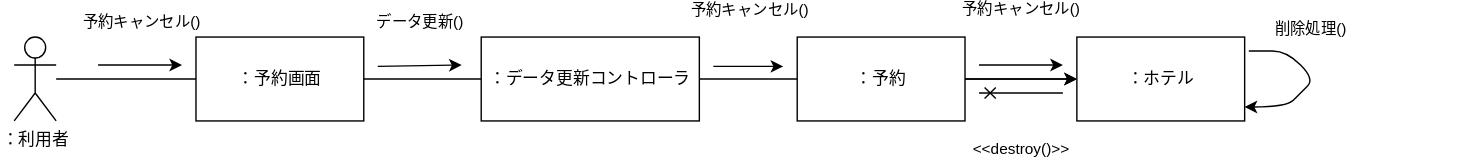
Earlier version of the draw.io export 演習５-2_CD_予約登録削除.drawio.svg (github-use-a/uml-introduction). Source tidied: cells renumbered, new cells last; positions are measured from the earlier drawing's top-left corner, leaving out a move shared by most shapes. Source of this version:
```xml
<mxGraphModel>
  <root>
    <mxCell id="0" />
    <mxCell id="1" parent="0" />
    <mxCell id="2" style="edgeStyle=none;html=1;endArrow=none;endFill=0;" parent="1" edge="1" source="4" target="6">
      <mxGeometry relative="1" as="geometry" />
    </mxCell>
    <mxCell id="3" value="データ更新()" style="edgeStyle=none;html=1;endArrow=none;endFill=0;startArrow=classic;startFill=1;" parent="1" edge="1">
      <mxGeometry x="-0.03" y="-31" relative="1" as="geometry">
        <mxPoint x="320" y="40" as="sourcePoint" />
        <mxPoint x="260" y="41" as="targetPoint" />
      </mxGeometry>
    </mxCell>
    <mxCell id="4" value="：利用者" style="shape=umlActor;verticalLabelPosition=bottom;verticalAlign=top;html=1;outlineConnect=0;" parent="1" vertex="1">
      <mxGeometry y="20" width="30" height="60" as="geometry" />
    </mxCell>
    <mxCell id="5" style="edgeStyle=none;html=1;endArrow=none;endFill=0;" parent="1" edge="1" source="6" target="8">
      <mxGeometry relative="1" as="geometry" />
    </mxCell>
    <mxCell id="6" value="：予約画面" style="whiteSpace=wrap;html=1;verticalAlign=middle;" parent="1" vertex="1">
      <mxGeometry x="130" y="20" width="120" height="60" as="geometry" />
    </mxCell>
    <mxCell id="7" style="edgeStyle=none;html=1;endArrow=none;endFill=0;" parent="1" edge="1" source="8" target="11">
      <mxGeometry relative="1" as="geometry" />
    </mxCell>
    <mxCell id="8" value="：データ更新コントローラ" style="whiteSpace=wrap;html=1;verticalAlign=middle;" parent="1" vertex="1">
      <mxGeometry x="334" y="20" width="156" height="60" as="geometry" />
    </mxCell>
    <mxCell id="9" style="edgeStyle=none;html=1;" parent="1" edge="1" source="11" target="16">
      <mxGeometry relative="1" as="geometry" />
    </mxCell>
    <mxCell id="10" style="edgeStyle=none;html=1;" parent="1" edge="1" source="11" target="16">
      <mxGeometry relative="1" as="geometry" />
    </mxCell>
    <mxCell id="11" value="：予約" style="whiteSpace=wrap;html=1;verticalAlign=middle;" parent="1" vertex="1">
      <mxGeometry x="560" y="20" width="120" height="60" as="geometry" />
    </mxCell>
    <mxCell id="12" value="予約キャンセル()" style="edgeStyle=none;html=1;endArrow=none;endFill=0;startArrow=classic;startFill=1;" parent="1" edge="1">
      <mxGeometry x="-0.02" y="-30" relative="1" as="geometry">
        <mxPoint x="120" y="40" as="sourcePoint" />
        <mxPoint x="60" y="40" as="targetPoint" />
        <mxPoint y="-1" as="offset" />
      </mxGeometry>
    </mxCell>
    <mxCell id="13" value="予約キャンセル()" style="edgeStyle=none;html=1;endArrow=none;endFill=0;startArrow=classic;startFill=1;" parent="1" edge="1">
      <mxGeometry x="-0.02" y="-40" relative="1" as="geometry">
        <mxPoint x="550" y="41" as="sourcePoint" />
        <mxPoint x="500" y="41" as="targetPoint" />
      </mxGeometry>
    </mxCell>
    <mxCell id="14" style="curved=1;endArrow=none;html=1;rounded=1;endFill=0;startArrow=classic;startFill=1;" parent="1" edge="1">
      <mxGeometry relative="1" as="geometry">
        <mxPoint x="880" y="70" as="sourcePoint" />
        <mxPoint x="890" y="30" as="targetPoint" />
        <Array as="points">
          <mxPoint x="910" y="70" />
          <mxPoint x="920" y="60" />
          <mxPoint x="930" y="50" />
          <mxPoint x="910" y="30" />
          <mxPoint x="890" y="30" />
          <mxPoint x="880" y="30" />
        </Array>
      </mxGeometry>
    </mxCell>
    <mxCell id="15" value="&lt;span style=&quot;color: rgb(0, 0, 0); font-family: Helvetica; font-size: 11px; font-style: normal; font-variant-ligatures: normal; font-variant-caps: normal; font-weight: 400; letter-spacing: normal; orphans: 2; text-align: center; text-indent: 0px; text-transform: none; widows: 2; word-spacing: 0px; -webkit-text-stroke-width: 0px; background-color: rgb(255, 255, 255); text-decoration-thickness: initial; text-decoration-style: initial; text-decoration-color: initial; float: none; display: inline !important;&quot;&gt;削除処理()&lt;br&gt;&lt;/span&gt;" style="text;whiteSpace=wrap;html=1;" parent="1" vertex="1">
      <mxGeometry x="900" width="140" height="50" as="geometry" />
    </mxCell>
    <mxCell id="16" value="：ホテル" style="whiteSpace=wrap;html=1;verticalAlign=middle;" parent="1" vertex="1">
      <mxGeometry x="760" y="20" width="120" height="60" as="geometry" />
    </mxCell>
    <mxCell id="17" value="予約キャンセル()" style="edgeStyle=none;html=1;endArrow=none;endFill=0;startArrow=classic;startFill=1;" parent="1" edge="1">
      <mxGeometry y="-40" relative="1" as="geometry">
        <mxPoint x="750" y="40" as="sourcePoint" />
        <mxPoint x="690" y="40" as="targetPoint" />
      </mxGeometry>
    </mxCell>
    <mxCell id="18" value="&amp;lt;&amp;lt;destroy()&amp;gt;&amp;gt;" style="edgeStyle=none;html=1;endArrow=none;endFill=0;startArrow=cross;startFill=0;" parent="1" edge="1">
      <mxGeometry y="-40" relative="1" as="geometry">
        <mxPoint x="690" y="60" as="sourcePoint" />
        <mxPoint x="750" y="60" as="targetPoint" />
      </mxGeometry>
    </mxCell>
  </root>
</mxGraphModel>
```
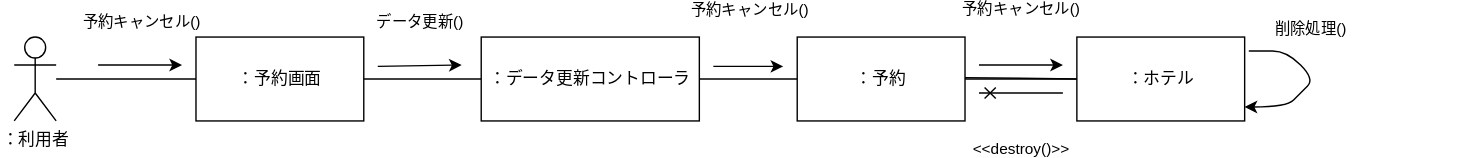
The same file after the commit.

Change to the diagram source:
```diff
@@ -26,12 +26,6 @@
     <mxCell id="8" value="：データ更新コントローラ" style="whiteSpace=wrap;html=1;verticalAlign=middle;" parent="1" vertex="1">
       <mxGeometry x="334" y="20" width="156" height="60" as="geometry" />
     </mxCell>
-    <mxCell id="9" style="edgeStyle=none;html=1;" parent="1" edge="1" source="11" target="16">
-      <mxGeometry relative="1" as="geometry" />
-    </mxCell>
-    <mxCell id="10" style="edgeStyle=none;html=1;" parent="1" edge="1" source="11" target="16">
-      <mxGeometry relative="1" as="geometry" />
-    </mxCell>
     <mxCell id="11" value="：予約" style="whiteSpace=wrap;html=1;verticalAlign=middle;" parent="1" vertex="1">
       <mxGeometry x="560" y="20" width="120" height="60" as="geometry" />
     </mxCell>
@@ -65,6 +59,9 @@
     <mxCell id="15" value="&lt;span style=&quot;color: rgb(0, 0, 0); font-family: Helvetica; font-size: 11px; font-style: normal; font-variant-ligatures: normal; font-variant-caps: normal; font-weight: 400; letter-spacing: normal; orphans: 2; text-align: center; text-indent: 0px; text-transform: none; widows: 2; word-spacing: 0px; -webkit-text-stroke-width: 0px; background-color: rgb(255, 255, 255); text-decoration-thickness: initial; text-decoration-style: initial; text-decoration-color: initial; float: none; display: inline !important;&quot;&gt;削除処理()&lt;br&gt;&lt;/span&gt;" style="text;whiteSpace=wrap;html=1;" parent="1" vertex="1">
       <mxGeometry x="900" width="140" height="50" as="geometry" />
     </mxCell>
+    <mxCell id="19" style="edgeStyle=none;html=1;startArrow=none;startFill=0;endArrow=none;endFill=0;" parent="1" edge="1" source="16" target="11">
+      <mxGeometry relative="1" as="geometry" />
+    </mxCell>
     <mxCell id="16" value="：ホテル" style="whiteSpace=wrap;html=1;verticalAlign=middle;" parent="1" vertex="1">
       <mxGeometry x="760" y="20" width="120" height="60" as="geometry" />
     </mxCell>
@@ -80,5 +77,10 @@
         <mxPoint x="750" y="60" as="targetPoint" />
       </mxGeometry>
     </mxCell>
+    <mxCell id="20" style="edgeStyle=none;html=1;endArrow=none;endFill=0;entryX=0;entryY=0.5;entryDx=0;entryDy=0;" parent="1" edge="1" target="16">
+      <mxGeometry relative="1" as="geometry">
+        <mxPoint x="680" y="49" as="sourcePoint" />
+      </mxGeometry>
+    </mxCell>
   </root>
 </mxGraphModel>
```
